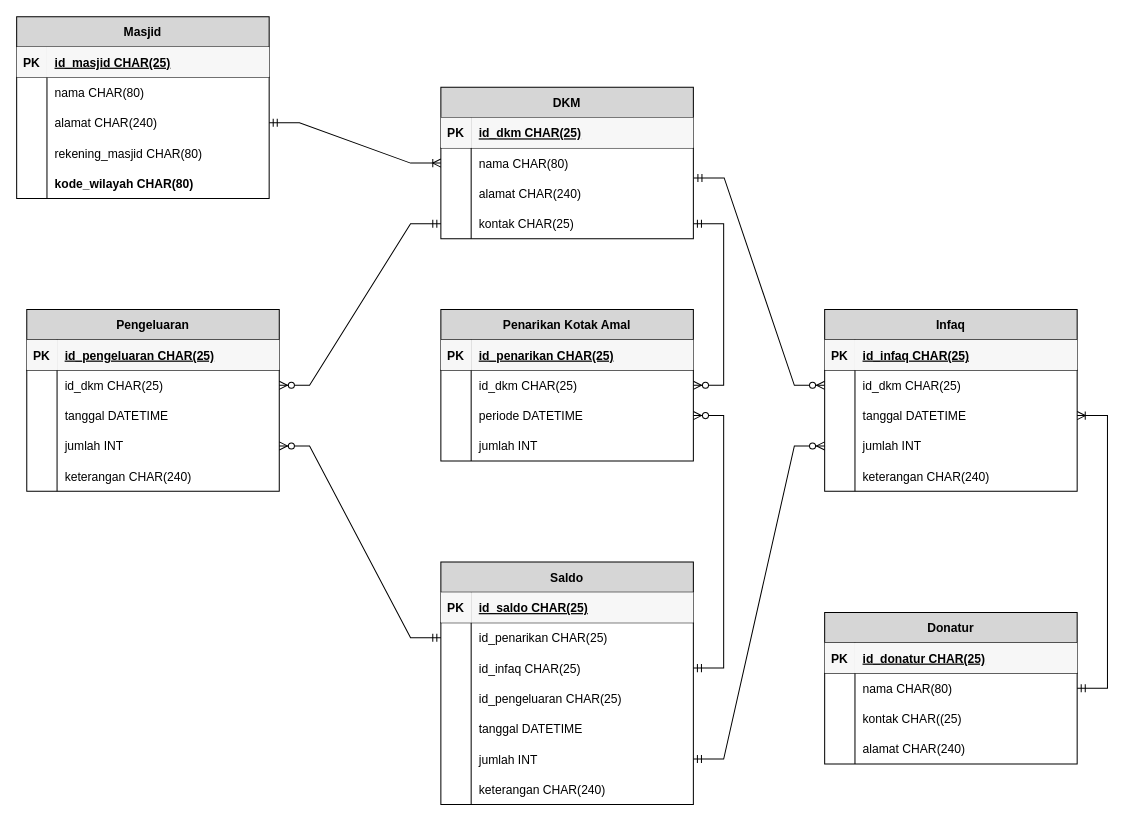
Above: pertemuan3/ERD.drawio in rifkymaulana6/IF214002 (draw.io), before the change. Source tidied: cells renumbered, new cells numbered last; positions are measured from the earlier drawing's top-left corner, leaving out a move shared by most shapes. Both pictures are drawn from the tidied source at 101%, with x=0, y=0 at pixel (16, 16).
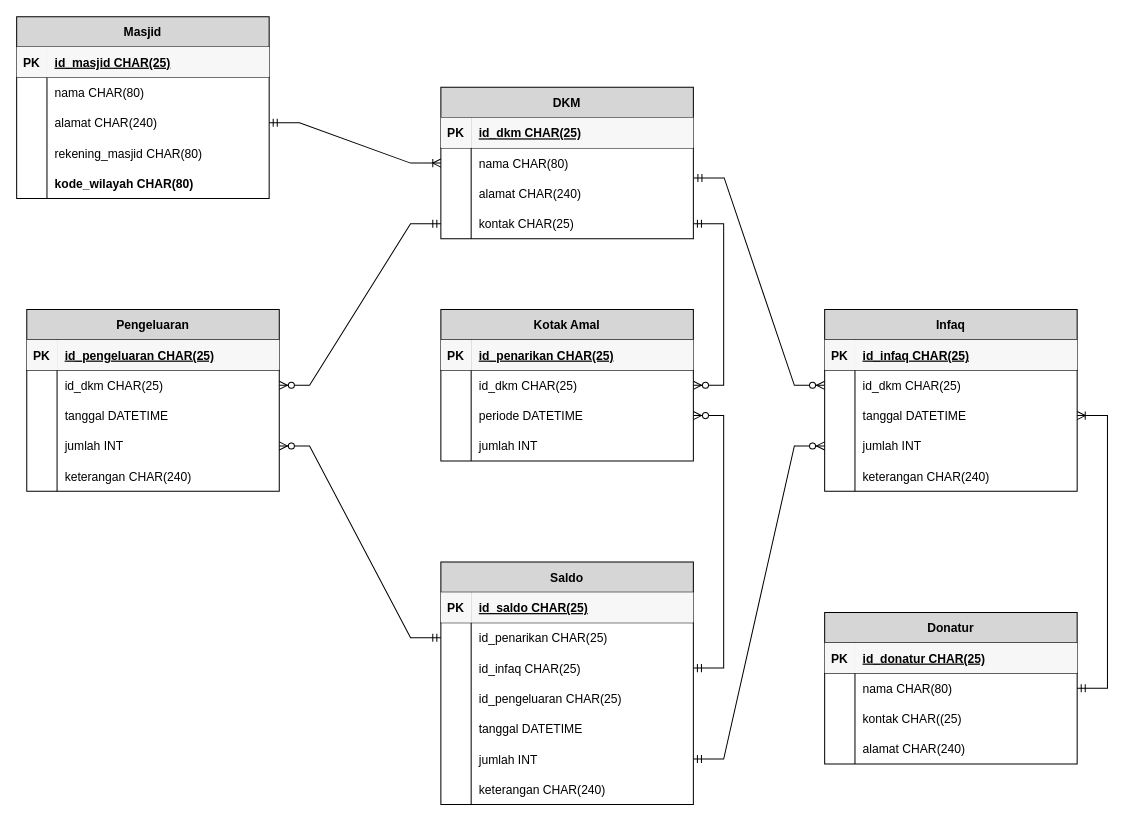
Above is the later version.

What changed in the source:
```diff
@@
-    <mxCell id="32" value="Penarikan Kotak Amal" style="shape=table;startSize=30;childLayout=tableLayout;rowLines=0;fontStyle=1;align=center;fillColor=#D6D6D6;" parent="1" vertex="1">
+    <mxCell id="32" value="Kotak Amal" style="shape=table;startSize=30;childLayout=tableLayout;rowLines=0;fontStyle=1;align=center;fillColor=#D6D6D6;" parent="1" vertex="1">
       <mxGeometry x="420" y="290" width="250" height="150" as="geometry" />
     </mxCell>
```
